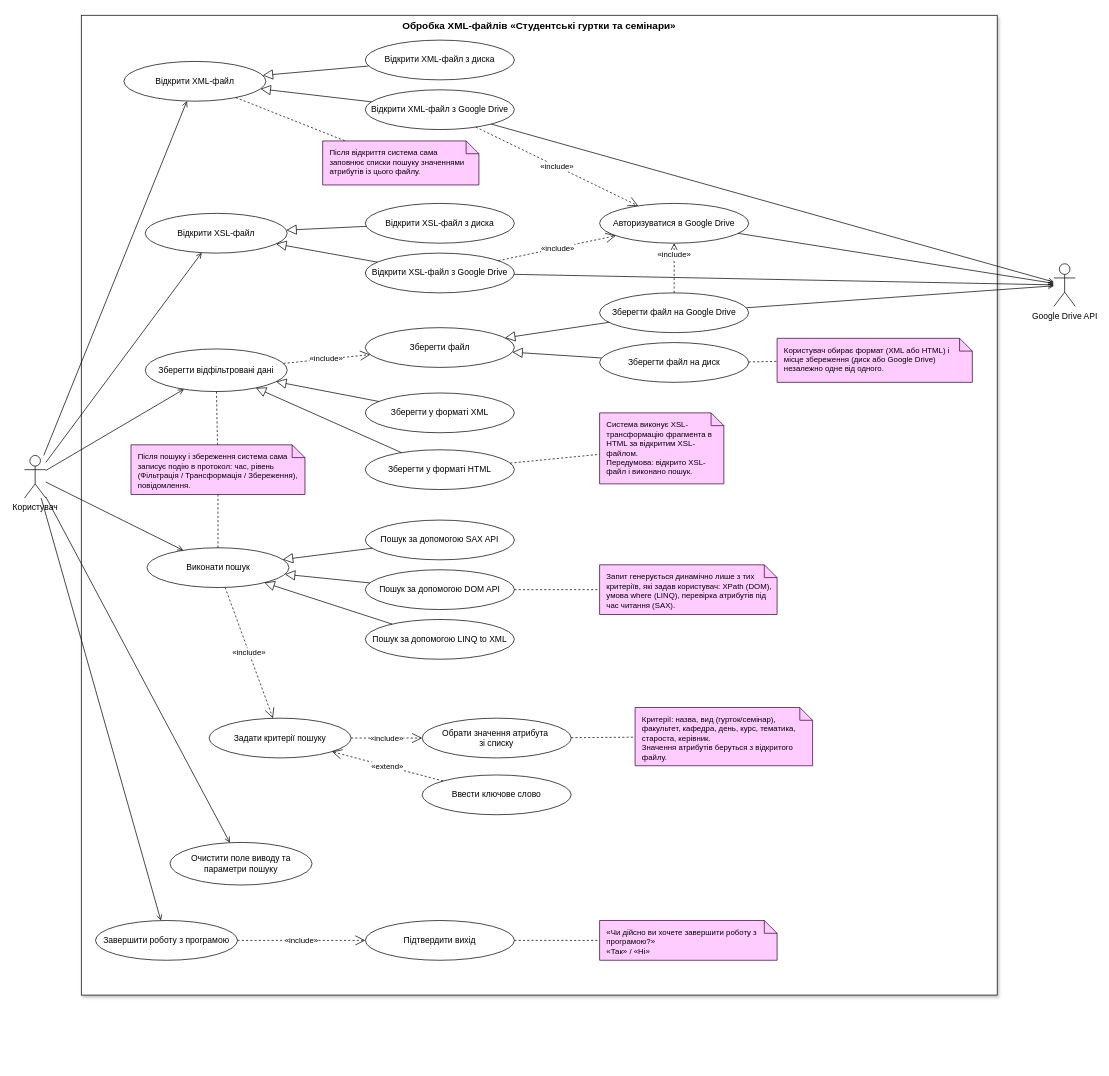
Before: docs/lab2_use-case.drawio in xxieuss/csharp-lab2-xml-student-clubs, a draw.io diagram. Source tidied: cells renumbered, new cells numbered last; positions are measured from the earlier drawing's top-left corner, leaving out a move shared by most shapes. Both pictures are drawn from the tidied source at 71%, with x=0, y=0 at pixel (24, 15).
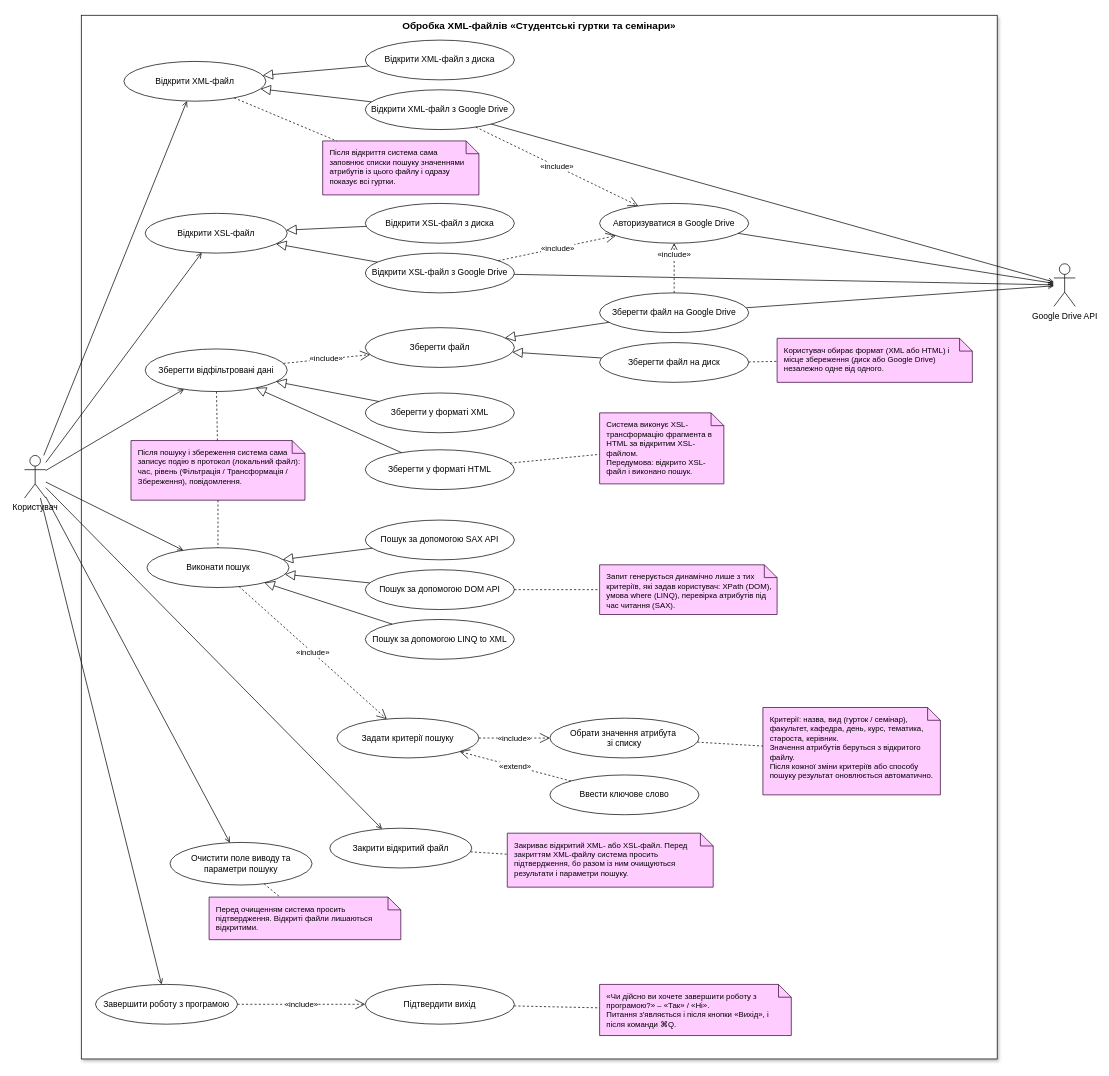
After the change.

Unchanged cells that the change refers to:
```xml
<mxCell id="3" value="Користувач" style="shape=umlActor;verticalLabelPosition=bottom;verticalAlign=top;html=1;outlineConnect=0;fontSize=12;" parent="1" vertex="1">
  <mxGeometry y="620" width="30" height="60" as="geometry" />
</mxCell>
<mxCell id="5" value="Відкрити XML-файл" style="ellipse;whiteSpace=wrap;html=1;fontSize=12;" parent="1" vertex="1">
  <mxGeometry x="140" y="65" width="200" height="56" as="geometry" />
</mxCell>
<mxCell id="12" value="Зберегти відфільтровані дані" style="ellipse;whiteSpace=wrap;html=1;fontSize=12;" parent="1" vertex="1">
  <mxGeometry x="170" y="470" width="200" height="60" as="geometry" />
</mxCell>
<mxCell id="18" value="Виконати пошук" style="ellipse;whiteSpace=wrap;html=1;fontSize=12;" parent="1" vertex="1">
  <mxGeometry x="172.5" y="750" width="200" height="56" as="geometry" />
</mxCell>
<mxCell id="25" value="Очистити поле виводу та параметри пошуку" style="ellipse;whiteSpace=wrap;html=1;fontSize=12;" parent="1" vertex="1">
  <mxGeometry x="205" y="1165" width="200" height="60" as="geometry" />
</mxCell>
```

The edit, as a diff of the source:
```diff
@@
     <mxCell id="2" value="Обробка XML-файлів «Студентські гуртки та семінари»" style="rounded=0;whiteSpace=wrap;html=1;verticalAlign=top;fontSize=14;fontStyle=1;glass=0;shadow=1;" parent="1" vertex="1">
-      <mxGeometry x="80" width="1290" height="1380" as="geometry" />
+      <mxGeometry x="80" width="1290" height="1470" as="geometry" />
     </mxCell>
@@
     <mxCell id="22" value="Задати критерії пошуку" style="ellipse;whiteSpace=wrap;html=1;fontSize=12;" parent="1" vertex="1">
-      <mxGeometry x="260" y="990" width="200" height="56" as="geometry" />
+      <mxGeometry x="440" y="990" width="200" height="56" as="geometry" />
     </mxCell>
     <mxCell id="23" value="Обрати значення атрибута&amp;nbsp;&lt;div&gt;зі списку&lt;/div&gt;" style="ellipse;whiteSpace=wrap;html=1;fontSize=12;" parent="1" vertex="1">
-      <mxGeometry x="560" y="990" width="210" height="56" as="geometry" />
+      <mxGeometry x="740" y="990" width="210" height="56" as="geometry" />
     </mxCell>
     <mxCell id="24" value="Ввести ключове слово" style="ellipse;whiteSpace=wrap;html=1;fontSize=12;" parent="1" vertex="1">
-      <mxGeometry x="560" y="1070" width="210" height="56" as="geometry" />
+      <mxGeometry x="740" y="1070" width="210" height="56" as="geometry" />
     </mxCell>
@@
     <mxCell id="26" value="Завершити роботу з програмою" style="ellipse;whiteSpace=wrap;html=1;fontSize=12;" parent="1" vertex="1">
-      <mxGeometry x="100" y="1275" width="200" height="56" as="geometry" />
+      <mxGeometry x="100" y="1365" width="200" height="56" as="geometry" />
     </mxCell>
     <mxCell id="27" value="Підтвердити вихід" style="ellipse;whiteSpace=wrap;html=1;fontSize=12;" parent="1" vertex="1">
-      <mxGeometry x="480" y="1275" width="210" height="56" as="geometry" />
+      <mxGeometry x="480" y="1365" width="210" height="56" as="geometry" />
     </mxCell>
@@
-    <mxCell id="57" value="Після відкриття система сама заповнює списки пошуку значеннями атрибутів із цього файлу." style="shape=note;whiteSpace=wrap;html=1;size=18;fillColor=#FFCCFF;strokeColor=light-dark(#330033,#330033);align=left;verticalAlign=top;spacingLeft=8;spacingTop=4;spacingRight=6;fontSize=11;" parent="1" vertex="1">
-      <mxGeometry x="420" y="177" width="220" height="62" as="geometry" />
-    </mxCell>
-    <mxCell id="58" style="rounded=0;html=1;endArrow=none;endFill=0;dashed=1;" parent="1" edge="1" source="5" target="57">
-      <mxGeometry relative="1" as="geometry" />
-    </mxCell>
+    <mxCell id="72" value="Після відкриття система сама заповнює списки пошуку значеннями атрибутів із цього файлу і одразу показує всі гуртки." style="shape=note;whiteSpace=wrap;html=1;size=18;fillColor=#FFCCFF;strokeColor=light-dark(#330033,#330033);align=left;verticalAlign=top;spacingLeft=8;spacingTop=4;spacingRight=6;fontSize=11;" parent="1" vertex="1">
+      <mxGeometry x="420" y="177" width="220" height="76" as="geometry" />
+    </mxCell>
+    <mxCell id="73" style="rounded=0;html=1;endArrow=none;endFill=0;dashed=1;" parent="1" edge="1" source="5" target="72">
+      <mxGeometry relative="1" as="geometry" />
+    </mxCell>
@@
-    <mxCell id="61" value="Після пошуку і збереження система сама записує подію в протокол: час, рівень (Фільтрація / Трансформація / Збереження), повідомлення." style="shape=note;whiteSpace=wrap;html=1;size=18;fillColor=#FFCCFF;strokeColor=light-dark(#330033,#330033);align=left;verticalAlign=top;spacingLeft=8;spacingTop=4;spacingRight=6;fontSize=11;" parent="1" vertex="1">
-      <mxGeometry x="150" y="605" width="245" height="70" as="geometry" />
-    </mxCell>
-    <mxCell id="62" style="rounded=0;html=1;endArrow=none;endFill=0;dashed=1;" parent="1" edge="1" source="61" target="12">
-      <mxGeometry relative="1" as="geometry" />
-    </mxCell>
-    <mxCell id="63" style="rounded=0;html=1;endArrow=none;endFill=0;dashed=1;" parent="1" edge="1" source="61" target="18">
-      <mxGeometry relative="1" as="geometry" />
-    </mxCell>
+    <mxCell id="74" value="Після пошуку і збереження система сама записує подію в протокол (локальний файл): час, рівень (Фільтрація / Трансформація / Збереження), повідомлення." style="shape=note;whiteSpace=wrap;html=1;size=18;fillColor=#FFCCFF;strokeColor=light-dark(#330033,#330033);align=left;verticalAlign=top;spacingLeft=8;spacingTop=4;spacingRight=6;fontSize=11;" parent="1" vertex="1">
+      <mxGeometry x="150" y="599" width="245" height="84" as="geometry" />
+    </mxCell>
+    <mxCell id="75" style="rounded=0;html=1;endArrow=none;endFill=0;dashed=1;" parent="1" edge="1" source="74" target="12">
+      <mxGeometry relative="1" as="geometry" />
+    </mxCell>
+    <mxCell id="76" style="rounded=0;html=1;endArrow=none;endFill=0;dashed=1;" parent="1" edge="1" source="74" target="18">
+      <mxGeometry relative="1" as="geometry" />
+    </mxCell>
@@
-    <mxCell id="68" value="Критерії: назва, вид (гурток/семінар), факультет, кафедра, день, курс, тематика, староста, керівник.&lt;br&gt;Значення атрибутів беруться з відкритого файлу." style="shape=note;whiteSpace=wrap;html=1;size=18;fillColor=#FFCCFF;strokeColor=light-dark(#330033,#330033);align=left;verticalAlign=top;spacingLeft=8;spacingTop=4;spacingRight=6;fontSize=11;" parent="1" vertex="1">
-      <mxGeometry x="860" y="975" width="250" height="82" as="geometry" />
-    </mxCell>
-    <mxCell id="69" style="rounded=0;html=1;endArrow=none;endFill=0;dashed=1;" parent="1" edge="1" source="23" target="68">
-      <mxGeometry relative="1" as="geometry" />
-    </mxCell>
-    <mxCell id="70" value="«Чи дійсно ви хочете завершити роботу з програмою?»&lt;div&gt;«Так» / «Ні»&lt;/div&gt;" style="shape=note;whiteSpace=wrap;html=1;size=18;fillColor=#FFCCFF;strokeColor=light-dark(#330033,#330033);align=left;verticalAlign=top;spacingLeft=8;spacingTop=4;spacingRight=6;fontSize=11;" parent="1" vertex="1">
-      <mxGeometry x="810" y="1275" width="250" height="56" as="geometry" />
-    </mxCell>
-    <mxCell id="71" style="rounded=0;html=1;endArrow=none;endFill=0;dashed=1;" parent="1" edge="1" source="27" target="70">
-      <mxGeometry relative="1" as="geometry" />
-    </mxCell>
+    <mxCell id="77" value="Критерії: назва, вид (гурток / семінар), факультет, кафедра, день, курс, тематика, староста, керівник.&lt;br&gt;Значення атрибутів беруться з відкритого файлу.&lt;br&gt;Після кожної зміни критеріїв або способу пошуку результат оновлюється автоматично." style="shape=note;whiteSpace=wrap;html=1;size=18;fillColor=#FFCCFF;strokeColor=light-dark(#330033,#330033);align=left;verticalAlign=top;spacingLeft=8;spacingTop=4;spacingRight=6;fontSize=11;" parent="1" vertex="1">
+      <mxGeometry x="1040" y="975" width="250" height="123" as="geometry" />
+    </mxCell>
+    <mxCell id="78" style="rounded=0;html=1;endArrow=none;endFill=0;dashed=1;" parent="1" edge="1" source="23" target="77">
+      <mxGeometry relative="1" as="geometry" />
+    </mxCell>
+    <mxCell id="79" value="«Чи дійсно ви хочете завершити роботу з програмою?» – «Так» / «Ні».&lt;br&gt;Питання з'являється і після кнопки «Вихід», і після команди ⌘Q." style="shape=note;whiteSpace=wrap;html=1;size=18;fillColor=#FFCCFF;strokeColor=light-dark(#330033,#330033);align=left;verticalAlign=top;spacingLeft=8;spacingTop=4;spacingRight=6;fontSize=11;" parent="1" vertex="1">
+      <mxGeometry x="810" y="1365" width="270" height="72" as="geometry" />
+    </mxCell>
+    <mxCell id="80" style="rounded=0;html=1;endArrow=none;endFill=0;dashed=1;" parent="1" edge="1" source="27" target="79">
+      <mxGeometry relative="1" as="geometry" />
+    </mxCell>
+    <mxCell id="81" value="Закрити відкритий файл" style="ellipse;whiteSpace=wrap;html=1;fontSize=12;" parent="1" vertex="1">
+      <mxGeometry x="430" y="1145" width="200" height="56" as="geometry" />
+    </mxCell>
+    <mxCell id="82" style="endArrow=open;html=1;rounded=0;endFill=0;" parent="1" edge="1" source="3" target="81">
+      <mxGeometry relative="1" as="geometry" />
+    </mxCell>
+    <mxCell id="83" value="Закриває відкритий XML- або XSL-файл. Перед закриттям XML-файлу система просить підтвердження, бо разом із ним очищуються результати і параметри пошуку." style="shape=note;whiteSpace=wrap;html=1;size=18;fillColor=#FFCCFF;strokeColor=light-dark(#330033,#330033);align=left;verticalAlign=top;spacingLeft=8;spacingTop=4;spacingRight=6;fontSize=11;" parent="1" vertex="1">
+      <mxGeometry x="680" y="1152" width="290" height="76" as="geometry" />
+    </mxCell>
+    <mxCell id="84" style="rounded=0;html=1;endArrow=none;endFill=0;dashed=1;" parent="1" edge="1" source="81" target="83">
+      <mxGeometry relative="1" as="geometry" />
+    </mxCell>
+    <mxCell id="85" value="Перед очищенням система просить підтвердження. Відкриті файли лишаються відкритими." style="shape=note;whiteSpace=wrap;html=1;size=18;fillColor=#FFCCFF;strokeColor=light-dark(#330033,#330033);align=left;verticalAlign=top;spacingLeft=8;spacingTop=4;spacingRight=6;fontSize=11;" parent="1" vertex="1">
+      <mxGeometry x="260" y="1242" width="270" height="60" as="geometry" />
+    </mxCell>
+    <mxCell id="86" style="rounded=0;html=1;endArrow=none;endFill=0;dashed=1;" parent="1" edge="1" source="25" target="85">
+      <mxGeometry relative="1" as="geometry" />
+    </mxCell>
```
